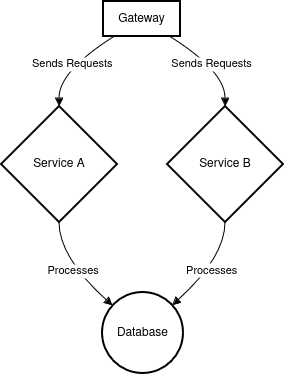
This is Architecture Diagram.drawio.png from gryphon2411/temporary, a draw.io export, as it was before one commit. Source tidied: cells renumbered, new cells last; positions are measured from the earlier drawing's top-left corner, leaving out a move shared by most shapes.
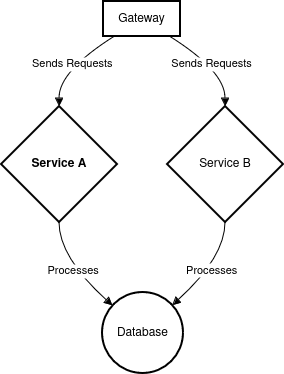
The same diagram one commit later.

The edit, as a diff of the source:
```diff
@@ -5,7 +5,7 @@
     <mxCell id="2" value="Gateway" style="whiteSpace=wrap;strokeWidth=2;" parent="1" vertex="1">
       <mxGeometry x="102" width="77" height="35" as="geometry" />
     </mxCell>
-    <mxCell id="3" value="Service A" style="rhombus;strokeWidth=2;whiteSpace=wrap;" parent="1" vertex="1">
+    <mxCell id="3" value="Service A" style="rhombus;strokeWidth=2;whiteSpace=wrap;fontStyle=1;" parent="1" vertex="1">
       <mxGeometry y="105" width="116" height="116" as="geometry" />
     </mxCell>
     <mxCell id="4" value="Service B" style="rhombus;strokeWidth=2;whiteSpace=wrap;" parent="1" vertex="1">
```
